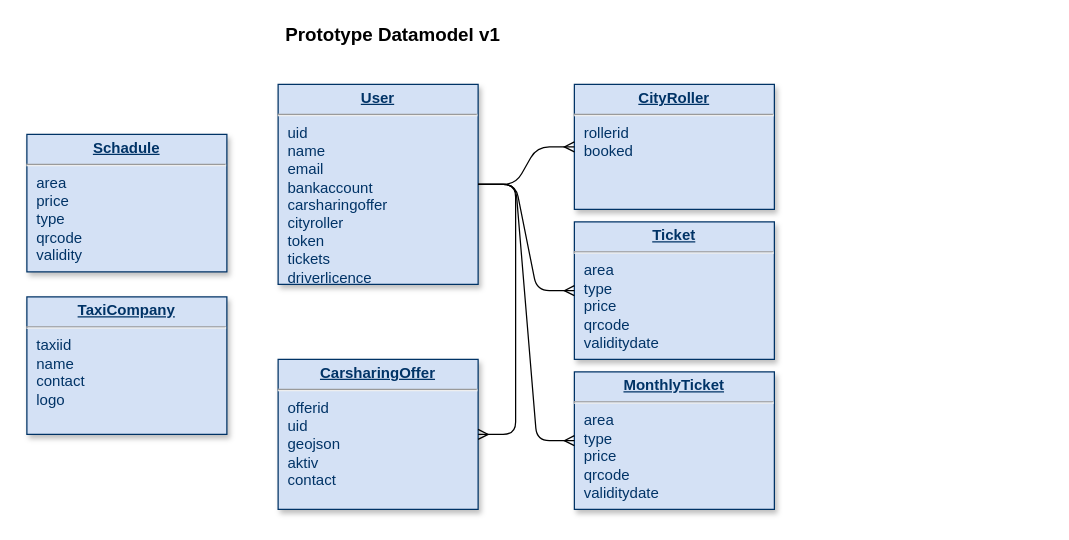
The draw.io diagram docs/alexander_bergmann/draw.io/datamodel.drawio in SGSE-2020/Spezifikation, before the edit. Source tidied: cells renumbered, new cells numbered last; positions are measured from the earlier drawing's top-left corner, leaving out a move shared by most shapes. Both pictures are drawn from the tidied source at 125%, with x=0, y=0 at pixel (26, 21).
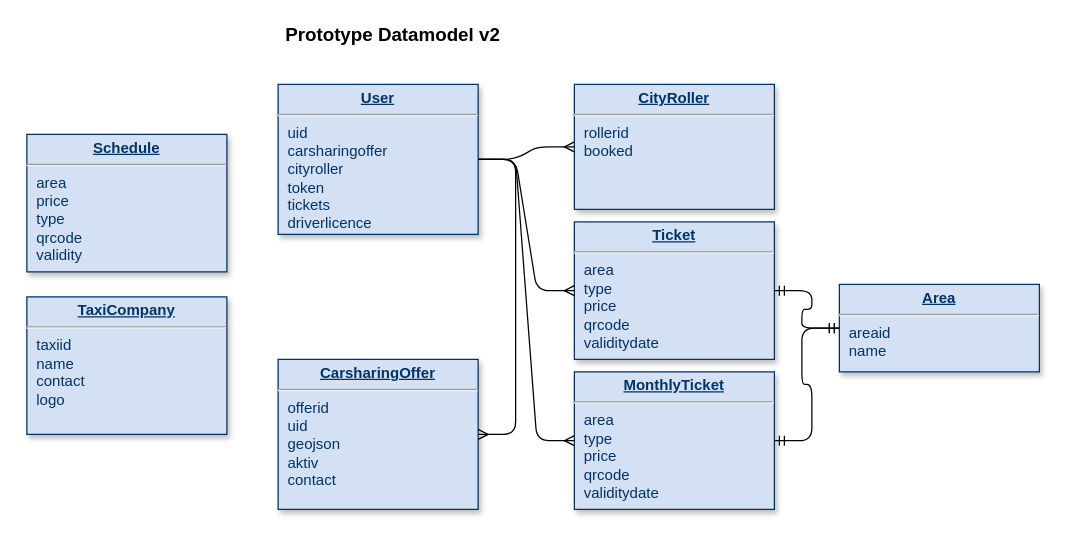
After the change.

Diff of the diagram source:
```diff
@@
 <mxGraphModel background="#ffffff">
   <root>
     <mxCell id="0" />
     <mxCell id="1" parent="0" />
     <mxCell id="2" value="&lt;p style=&quot;margin: 0px ; margin-top: 4px ; text-align: center ; text-decoration: underline&quot;&gt;&lt;strong&gt;CarsharingOffer&lt;/strong&gt;&lt;/p&gt;&lt;hr&gt;&lt;p style=&quot;margin: 0px ; margin-left: 8px&quot;&gt;offerid&lt;/p&gt;&lt;p style=&quot;margin: 0px ; margin-left: 8px&quot;&gt;uid&lt;/p&gt;&lt;p style=&quot;margin: 0px ; margin-left: 8px&quot;&gt;geojson&lt;/p&gt;&lt;p style=&quot;margin: 0px ; margin-left: 8px&quot;&gt;aktiv&lt;/p&gt;&lt;p style=&quot;margin: 0px ; margin-left: 8px&quot;&gt;contact&lt;/p&gt;" style="verticalAlign=top;align=left;overflow=fill;fontSize=12;fontFamily=Helvetica;html=1;strokeColor=#003366;shadow=1;fillColor=#D4E1F5;fontColor=#003366;" parent="1" vertex="1">
       <mxGeometry x="201" y="270" width="160" height="120" as="geometry" />
     </mxCell>
     <mxCell id="3" value="&lt;p style=&quot;margin: 4px 0px 0px ; text-align: center ; text-decoration: underline&quot;&gt;&lt;strong&gt;Ticket&lt;/strong&gt;&lt;/p&gt;&lt;hr&gt;&lt;p style=&quot;margin: 0px 0px 0px 8px&quot;&gt;area&lt;/p&gt;&lt;p style=&quot;margin: 0px 0px 0px 8px&quot;&gt;type&lt;/p&gt;&lt;p style=&quot;margin: 0px 0px 0px 8px&quot;&gt;price&lt;/p&gt;&lt;p style=&quot;margin: 0px 0px 0px 8px&quot;&gt;qrcode&lt;/p&gt;&lt;p style=&quot;margin: 0px 0px 0px 8px&quot;&gt;validitydate&lt;br&gt;&lt;/p&gt;" style="verticalAlign=top;align=left;overflow=fill;fontSize=12;fontFamily=Helvetica;html=1;strokeColor=#003366;shadow=1;fillColor=#D4E1F5;fontColor=#003366;" parent="1" vertex="1">
       <mxGeometry x="438" y="160" width="160" height="110" as="geometry" />
     </mxCell>
     <mxCell id="4" value="&lt;p style=&quot;margin: 0px ; margin-top: 4px ; text-align: center ; text-decoration: underline&quot;&gt;&lt;strong&gt;CityRoller&lt;/strong&gt;&lt;/p&gt;&lt;hr&gt;&lt;p style=&quot;margin: 0px ; margin-left: 8px&quot;&gt;rollerid&lt;/p&gt;&lt;p style=&quot;margin: 0px ; margin-left: 8px&quot;&gt;booked&lt;/p&gt;" style="verticalAlign=top;align=left;overflow=fill;fontSize=12;fontFamily=Helvetica;html=1;strokeColor=#003366;shadow=1;fillColor=#D4E1F5;fontColor=#003366;" parent="1" vertex="1">
       <mxGeometry x="438" y="50" width="160" height="100" as="geometry" />
     </mxCell>
-    <mxCell id="5" value="&lt;p style=&quot;margin: 0px ; margin-top: 4px ; text-align: center ; text-decoration: underline&quot;&gt;&lt;strong&gt;User&lt;/strong&gt;&lt;/p&gt;&lt;hr&gt;&lt;p style=&quot;margin: 0px ; margin-left: 8px&quot;&gt;uid&lt;/p&gt;&lt;p style=&quot;margin: 0px ; margin-left: 8px&quot;&gt;name&lt;/p&gt;&lt;p style=&quot;margin: 0px ; margin-left: 8px&quot;&gt;email&lt;/p&gt;&lt;p style=&quot;margin: 0px ; margin-left: 8px&quot;&gt;bankaccount&lt;/p&gt;&lt;p style=&quot;margin: 0px ; margin-left: 8px&quot;&gt;carsharingoffer&lt;/p&gt;&lt;p style=&quot;margin: 0px ; margin-left: 8px&quot;&gt;cityroller&lt;/p&gt;&lt;p style=&quot;margin: 0px ; margin-left: 8px&quot;&gt;token&lt;/p&gt;&lt;p style=&quot;margin: 0px ; margin-left: 8px&quot;&gt;tickets&lt;/p&gt;&lt;p style=&quot;margin: 0px ; margin-left: 8px&quot;&gt;driverlicence&lt;/p&gt;" style="verticalAlign=top;align=left;overflow=fill;fontSize=12;fontFamily=Helvetica;html=1;strokeColor=#003366;shadow=1;fillColor=#D4E1F5;fontColor=#003366;" parent="1" vertex="1">
-      <mxGeometry x="201" y="50" width="160" height="160" as="geometry" />
+    <mxCell id="5" value="&lt;p style=&quot;margin: 0px ; margin-top: 4px ; text-align: center ; text-decoration: underline&quot;&gt;&lt;strong&gt;User&lt;/strong&gt;&lt;/p&gt;&lt;hr&gt;&lt;p style=&quot;margin: 0px ; margin-left: 8px&quot;&gt;uid&lt;/p&gt;&lt;p style=&quot;margin: 0px ; margin-left: 8px&quot;&gt;carsharingoffer&lt;/p&gt;&lt;p style=&quot;margin: 0px ; margin-left: 8px&quot;&gt;cityroller&lt;/p&gt;&lt;p style=&quot;margin: 0px ; margin-left: 8px&quot;&gt;token&lt;/p&gt;&lt;p style=&quot;margin: 0px ; margin-left: 8px&quot;&gt;tickets&lt;/p&gt;&lt;p style=&quot;margin: 0px ; margin-left: 8px&quot;&gt;driverlicence&lt;/p&gt;" style="verticalAlign=top;align=left;overflow=fill;fontSize=12;fontFamily=Helvetica;html=1;strokeColor=#003366;shadow=1;fillColor=#D4E1F5;fontColor=#003366;" parent="1" vertex="1">
+      <mxGeometry x="201" y="50" width="160" height="120" as="geometry" />
     </mxCell>
     <mxCell id="6" style="edgeStyle=entityRelationEdgeStyle;fontSize=12;html=1;endArrow=ERmany;" parent="1" edge="1" source="5" target="2">
       <mxGeometry relative="1" as="geometry" />
     </mxCell>
     <mxCell id="7" style="edgeStyle=entityRelationEdgeStyle;fontSize=12;html=1;endArrow=ERmany;" parent="1" edge="1" source="5" target="3">
       <mxGeometry relative="1" as="geometry" />
     </mxCell>
     <mxCell id="8" style="edgeStyle=entityRelationEdgeStyle;fontSize=12;html=1;endArrow=ERmany;" parent="1" edge="1" source="5" target="4">
       <mxGeometry relative="1" as="geometry" />
     </mxCell>
     <mxCell id="9" value="&lt;p style=&quot;margin: 4px 0px 0px ; text-align: center ; text-decoration: underline&quot;&gt;&lt;strong&gt;TaxiCompany&lt;/strong&gt;&lt;/p&gt;&lt;hr&gt;&lt;p style=&quot;margin: 0px 0px 0px 8px&quot;&gt;taxiid&lt;/p&gt;&lt;p style=&quot;margin: 0px 0px 0px 8px&quot;&gt;name&lt;/p&gt;&lt;p style=&quot;margin: 0px 0px 0px 8px&quot;&gt;contact&lt;/p&gt;&lt;p style=&quot;margin: 0px 0px 0px 8px&quot;&gt;logo&lt;/p&gt;" style="verticalAlign=top;align=left;overflow=fill;fontSize=12;fontFamily=Helvetica;html=1;strokeColor=#003366;shadow=1;fillColor=#D4E1F5;fontColor=#003366;" parent="1" vertex="1">
       <mxGeometry y="220" width="160" height="110" as="geometry" />
     </mxCell>
-    <mxCell id="10" value="&lt;p style=&quot;margin: 4px 0px 0px ; text-align: center ; text-decoration: underline&quot;&gt;&lt;strong&gt;Schadule&lt;/strong&gt;&lt;/p&gt;&lt;hr&gt;&lt;p style=&quot;margin: 0px 0px 0px 8px&quot;&gt;area&lt;/p&gt;&lt;p style=&quot;margin: 0px 0px 0px 8px&quot;&gt;price&lt;/p&gt;&lt;p style=&quot;margin: 0px 0px 0px 8px&quot;&gt;type&lt;/p&gt;&lt;p style=&quot;margin: 0px 0px 0px 8px&quot;&gt;qrcode&lt;/p&gt;&lt;p style=&quot;margin: 0px 0px 0px 8px&quot;&gt;validity&lt;/p&gt;" style="verticalAlign=top;align=left;overflow=fill;fontSize=12;fontFamily=Helvetica;html=1;strokeColor=#003366;shadow=1;fillColor=#D4E1F5;fontColor=#003366;" parent="1" vertex="1">
+    <mxCell id="10" value="&lt;p style=&quot;margin: 4px 0px 0px ; text-align: center ; text-decoration: underline&quot;&gt;&lt;strong&gt;Schedule&lt;/strong&gt;&lt;/p&gt;&lt;hr&gt;&lt;p style=&quot;margin: 0px 0px 0px 8px&quot;&gt;area&lt;/p&gt;&lt;p style=&quot;margin: 0px 0px 0px 8px&quot;&gt;price&lt;/p&gt;&lt;p style=&quot;margin: 0px 0px 0px 8px&quot;&gt;type&lt;/p&gt;&lt;p style=&quot;margin: 0px 0px 0px 8px&quot;&gt;qrcode&lt;/p&gt;&lt;p style=&quot;margin: 0px 0px 0px 8px&quot;&gt;validity&lt;/p&gt;" style="verticalAlign=top;align=left;overflow=fill;fontSize=12;fontFamily=Helvetica;html=1;strokeColor=#003366;shadow=1;fillColor=#D4E1F5;fontColor=#003366;" parent="1" vertex="1">
       <mxGeometry y="90" width="160" height="110" as="geometry" />
     </mxCell>
     <mxCell id="11" value="&lt;p style=&quot;margin: 4px 0px 0px ; text-align: center ; text-decoration: underline&quot;&gt;&lt;strong&gt;MonthlyTicket&lt;/strong&gt;&lt;/p&gt;&lt;hr&gt;&lt;p style=&quot;margin: 0px 0px 0px 8px&quot;&gt;area&lt;/p&gt;&lt;p style=&quot;margin: 0px 0px 0px 8px&quot;&gt;type&lt;/p&gt;&lt;p style=&quot;margin: 0px 0px 0px 8px&quot;&gt;price&lt;/p&gt;&lt;p style=&quot;margin: 0px 0px 0px 8px&quot;&gt;qrcode&lt;/p&gt;&lt;p style=&quot;margin: 0px 0px 0px 8px&quot;&gt;validitydate&lt;br&gt;&lt;/p&gt;" style="verticalAlign=top;align=left;overflow=fill;fontSize=12;fontFamily=Helvetica;html=1;strokeColor=#003366;shadow=1;fillColor=#D4E1F5;fontColor=#003366;" parent="1" vertex="1">
       <mxGeometry x="438" y="280" width="160" height="110" as="geometry" />
     </mxCell>
     <mxCell id="12" style="edgeStyle=entityRelationEdgeStyle;fontSize=12;html=1;endArrow=ERmany;" parent="1" edge="1" source="5" target="11">
       <mxGeometry relative="1" as="geometry" />
     </mxCell>
-    <mxCell id="13" value="Prototype Datamodel v1" style="text;html=1;strokeColor=none;fillColor=none;align=center;verticalAlign=middle;whiteSpace=wrap;rounded=0;fontSize=15;fontStyle=1;" parent="1" vertex="1">
+    <mxCell id="13" value="Prototype Datamodel v2" style="text;html=1;strokeColor=none;fillColor=none;align=center;verticalAlign=middle;whiteSpace=wrap;rounded=0;fontSize=15;fontStyle=1;" parent="1" vertex="1">
       <mxGeometry x="167" width="252" height="20" as="geometry" />
     </mxCell>
+    <mxCell id="14" value="&lt;p style=&quot;margin: 4px 0px 0px ; text-align: center ; text-decoration: underline&quot;&gt;&lt;b&gt;Area&lt;/b&gt;&lt;/p&gt;&lt;hr&gt;&lt;p style=&quot;margin: 0px 0px 0px 8px&quot;&gt;areaid&lt;/p&gt;&lt;p style=&quot;margin: 0px 0px 0px 8px&quot;&gt;name&lt;/p&gt;" style="verticalAlign=top;align=left;overflow=fill;fontSize=12;fontFamily=Helvetica;html=1;strokeColor=#003366;shadow=1;fillColor=#D4E1F5;fontColor=#003366;" parent="1" vertex="1">
+      <mxGeometry x="650" y="210" width="160" height="70" as="geometry" />
+    </mxCell>
+    <mxCell id="15" style="edgeStyle=entityRelationEdgeStyle;fontSize=12;html=1;endArrow=ERmandOne;startArrow=ERmandOne;" parent="1" edge="1" source="11" target="14">
+      <mxGeometry relative="1" as="geometry" />
+    </mxCell>
+    <mxCell id="16" style="edgeStyle=entityRelationEdgeStyle;fontSize=12;html=1;endArrow=ERmandOne;startArrow=ERmandOne;" parent="1" edge="1" source="3" target="14">
+      <mxGeometry relative="1" as="geometry" />
+    </mxCell>
   </root>
 </mxGraphModel>
```
